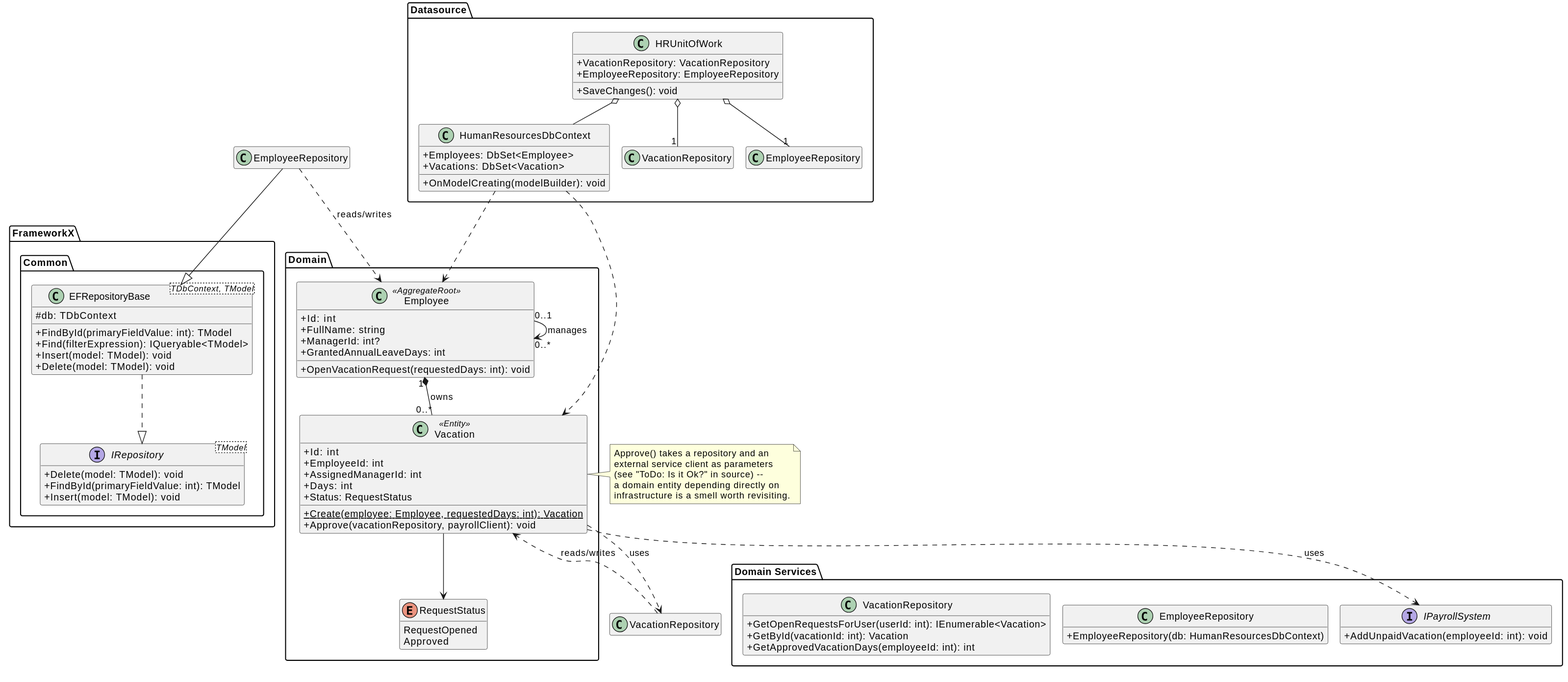
Earlier version of the PlantUML export HRSystem.Domain/docs/diagrams/domain-model.svg (tahircakmak/DDDQuestion).
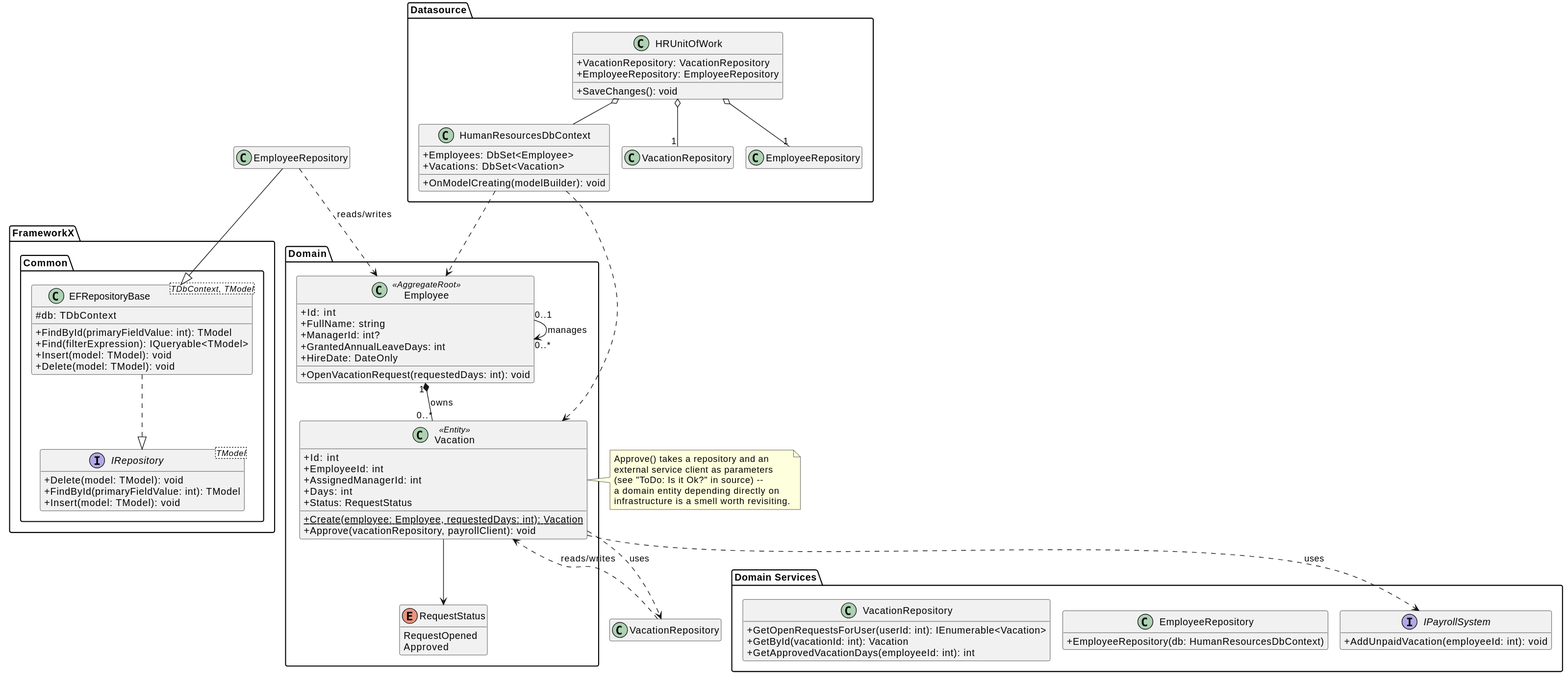
After the change.

Commit message:
Add HireDate to Employee and update class diagram

Records when an employee joined the company. Uses DateOnly rather than
DateTime since a hire date has no meaningful time-of-day component. EF Core
picks the property up by convention, so no DbContext or mapping changes were
needed — this project has no migrations history and the test suite builds the
schema with EnsureCreated().

Diff of the diagram source:
```diff
@@ -8,6 +8,7 @@
     + FullName: string
     + ManagerId: int?
     + GrantedAnnualLeaveDays: int
+    + HireDate: DateOnly
     + OpenVacationRequest(requestedDays: int): void
   }
 
```
